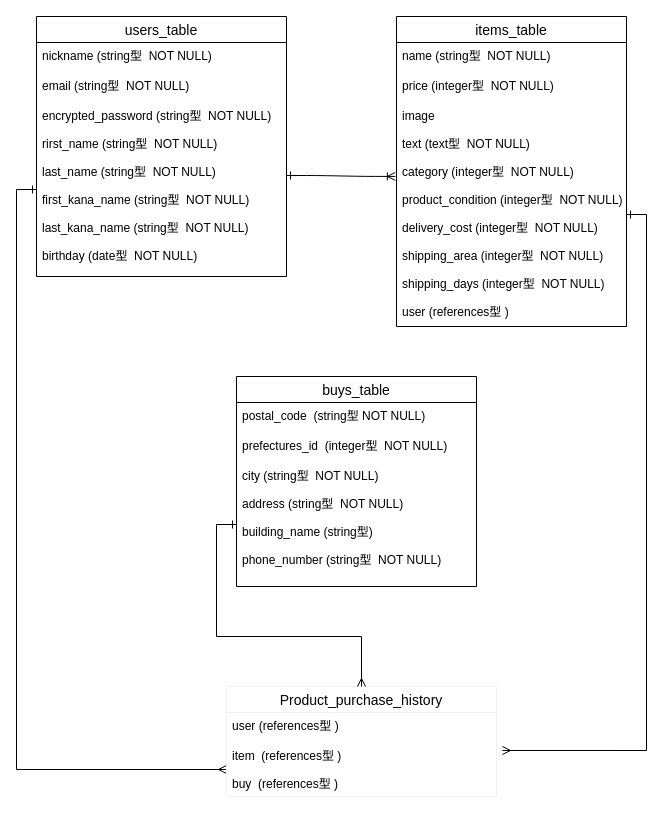
The draw.io diagram furima_data1.dio in ko25252929/furima-33534, before the edit. Source tidied: cells renumbered, new cells numbered last; positions are measured from the earlier drawing's top-left corner, leaving out a move shared by most shapes. Both pictures are drawn from the tidied source at 100%, with x=0, y=0 at pixel (36, 16).
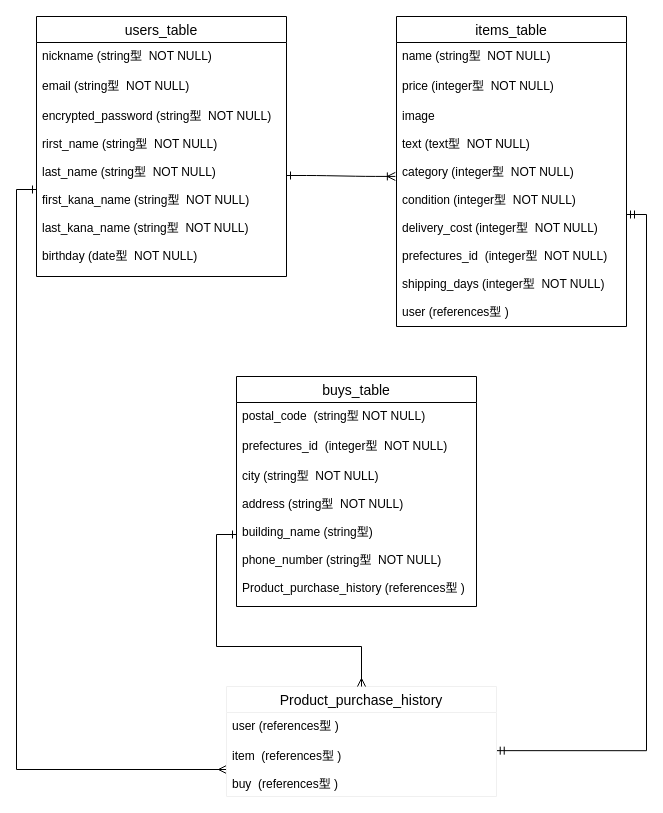
The same diagram, later.

Unchanged cells that the change refers to:
```xml
<mxCell id="6" value="items_table" style="swimlane;fontStyle=0;horizontal=1;startSize=26;align=center;fontSize=14;" parent="1" vertex="1">
  <mxGeometry x="360" width="230" height="310" as="geometry" />
</mxCell>
<mxCell id="19" value="item  (references型 )&#10;&#10;buy  (references型 )&#10;" style="text;strokeColor=none;fillColor=none;spacingLeft=4;spacingRight=4;overflow=hidden;points=[[0,0.5],[1,0.5]];portConstraint=eastwest;fontSize=12;" parent="17" vertex="1">
  <mxGeometry y="56" width="270" height="54" as="geometry" />
</mxCell>
```

Diff of the diagram source:
```diff
@@
-    <mxCell id="9" value="image&#10;&#10;text (text型  NOT NULL)&#10;&#10;category (integer型  NOT NULL)&#10;&#10;product_condition (integer型  NOT NULL)&#10;&#10;delivery_cost (integer型  NOT NULL)&#10;&#10;shipping_area (integer型  NOT NULL)&#10;&#10;shipping_days (integer型  NOT NULL)&#10;&#10;user (references型 )&#10;&#10;" style="text;strokeColor=none;fillColor=none;spacingLeft=4;spacingRight=4;overflow=hidden;points=[[0,0.5],[1,0.5]];portConstraint=eastwest;fontSize=12;" parent="6" vertex="1">
+    <mxCell id="9" value="image&#10;&#10;text (text型  NOT NULL)&#10;&#10;category (integer型  NOT NULL)&#10;&#10;condition (integer型  NOT NULL)&#10;&#10;delivery_cost (integer型  NOT NULL)&#10;&#10;prefectures_id  (integer型  NOT NULL)&#10;&#10;shipping_days (integer型  NOT NULL)&#10;&#10;user (references型 )&#10;&#10;" style="text;strokeColor=none;fillColor=none;spacingLeft=4;spacingRight=4;overflow=hidden;points=[[0,0.5],[1,0.5]];portConstraint=eastwest;fontSize=12;" parent="6" vertex="1">
       <mxGeometry y="86" width="230" height="224" as="geometry" />
     </mxCell>
     <mxCell id="10" value="buys_table" style="swimlane;fontStyle=0;horizontal=1;startSize=26;align=center;fontSize=14;" parent="1" vertex="1">
-      <mxGeometry x="200" y="360" width="240" height="210" as="geometry" />
+      <mxGeometry x="200" y="360" width="240" height="230" as="geometry" />
     </mxCell>
@@
-    <mxCell id="13" value="city (string型  NOT NULL)&#10;&#10;address (string型  NOT NULL)&#10;&#10;building_name (string型)&#10;&#10;phone_number (string型  NOT NULL)&#10;&#10;" style="text;strokeColor=none;fillColor=none;spacingLeft=4;spacingRight=4;overflow=hidden;points=[[0,0.5],[1,0.5]];portConstraint=eastwest;fontSize=12;" parent="10" vertex="1">
-      <mxGeometry y="86" width="240" height="124" as="geometry" />
+    <mxCell id="13" value="city (string型  NOT NULL)&#10;&#10;address (string型  NOT NULL)&#10;&#10;building_name (string型)&#10;&#10;phone_number (string型  NOT NULL)&#10;&#10;Product_purchase_history (references型 )&#10;&#10;" style="text;strokeColor=none;fillColor=none;spacingLeft=4;spacingRight=4;overflow=hidden;points=[[0,0.5],[1,0.5]];portConstraint=eastwest;fontSize=12;" parent="10" vertex="1">
+      <mxGeometry y="86" width="240" height="144" as="geometry" />
     </mxCell>
@@
-    <mxCell id="15" style="edgeStyle=orthogonalEdgeStyle;rounded=0;jettySize=auto;html=1;exitX=1;exitY=0.5;exitDx=0;exitDy=0;entryX=1.022;entryY=0.148;entryDx=0;entryDy=0;entryPerimeter=0;endArrow=ERmany;endFill=0;startArrow=ERone;startFill=0;" parent="1" edge="1" source="9" target="19">
+    <mxCell id="15" style="edgeStyle=orthogonalEdgeStyle;rounded=0;jettySize=auto;html=1;exitX=1;exitY=0.5;exitDx=0;exitDy=0;entryX=0.999;entryY=0.151;entryDx=0;entryDy=0;entryPerimeter=0;endArrow=ERmandOne;endFill=0;startArrow=ERmandOne;startFill=0;" parent="1" edge="1" source="9" target="19">
       <mxGeometry relative="1" as="geometry" />
     </mxCell>
```
